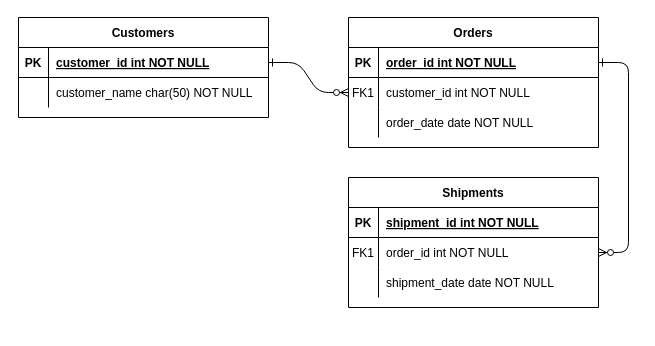
Before: ejercicio7.drawio in AsierGArranz/aga-sru-sa-t-UD12DiagramaER-11102023, a draw.io diagram. Source tidied: cells renumbered, new cells numbered last; positions are measured from the earlier drawing's top-left corner, leaving out a move shared by most shapes. Both pictures are drawn from the tidied source at 100%, with x=0, y=0 at pixel (18, 17).
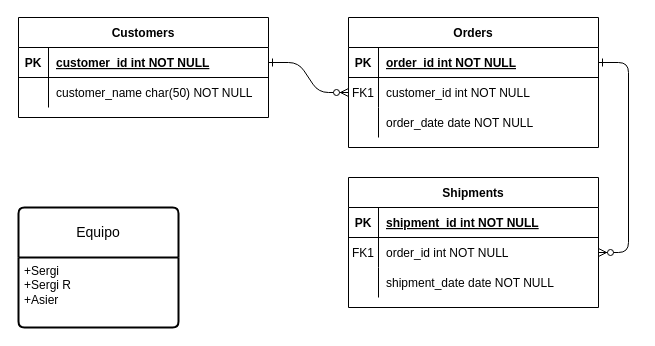
Above is the later version.

Diff of the diagram source:
```diff
@@
+    <mxCell id="31" value="Equipo" style="swimlane;horizontal=1;startSize=50;rounded=1;fontSize=14;fontStyle=0;strokeWidth=2;shadow=0;dashed=0;align=center;arcSize=4;whiteSpace=wrap;html=1;" parent="1" vertex="1">
+      <mxGeometry y="190" width="160" height="120" as="geometry" />
+    </mxCell>
+    <mxCell id="32" value="+Sergi&lt;br&gt;+Sergi R&lt;br&gt;+Asier" style="align=left;strokeColor=none;fillColor=none;spacingLeft=4;fontSize=12;verticalAlign=top;html=1;" parent="31" vertex="1">
+      <mxGeometry y="50" width="160" height="70" as="geometry" />
+    </mxCell>
```
